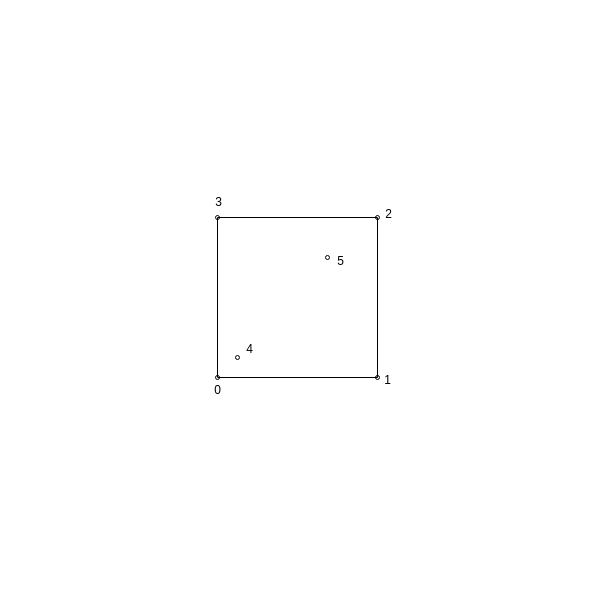
Above: page "Page-7-1" (42 of 51) of file/Algorithm/NavmeshNavigation/NavmeshNavigation.drawio in FallingXun/FallingXun.github.io (draw.io), before the change. Source tidied: cells renumbered, new cells numbered last; positions are measured from the earlier drawing's top-left corner, leaving out a move shared by most shapes. Both pictures are drawn from the tidied source at 100%, with x=0, y=0 at pixel (202, 187).
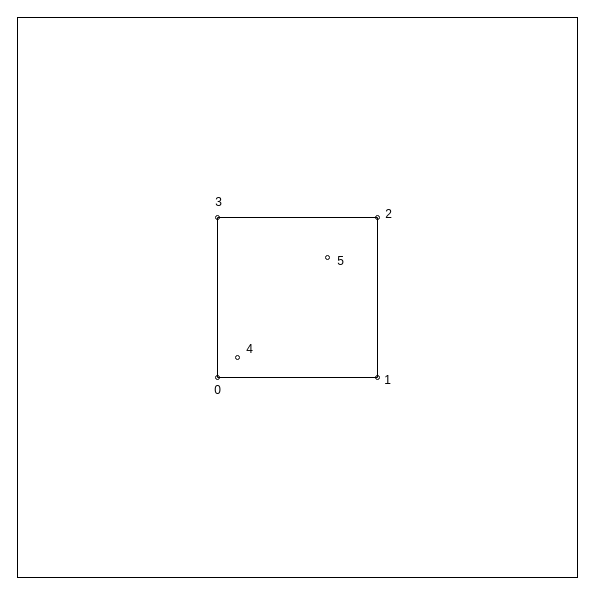
After the change.

What changed in the source:
```diff
@@
+    <mxCell id="18" style="rounded=0;whiteSpace=wrap;html=1;fillColor=none;" parent="1" vertex="1">
+      <mxGeometry x="-185" y="-170" width="560" height="560" as="geometry" />
+    </mxCell>
```
